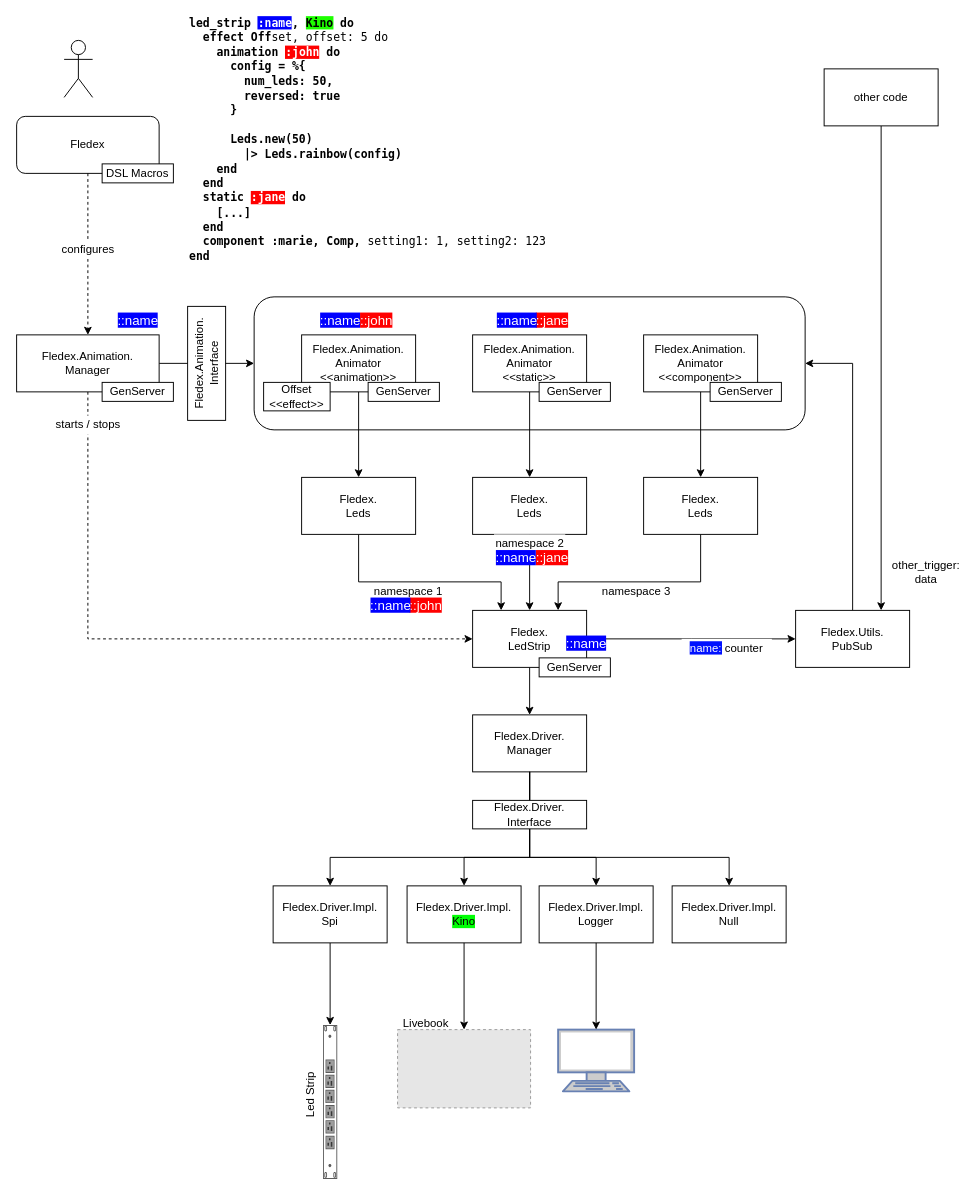
Above: pages/assets/architecture.drawio in a-maze-d/fledex (draw.io), before the change. Source tidied: cells renumbered, new cells numbered last; positions are measured from the earlier drawing's top-left corner, leaving out a move shared by most shapes. Both pictures are drawn from the tidied source at 95%, with x=0, y=0 at pixel (16, 40). Pictures stored in the file or linked from it are replaced by grey dashed boxes.
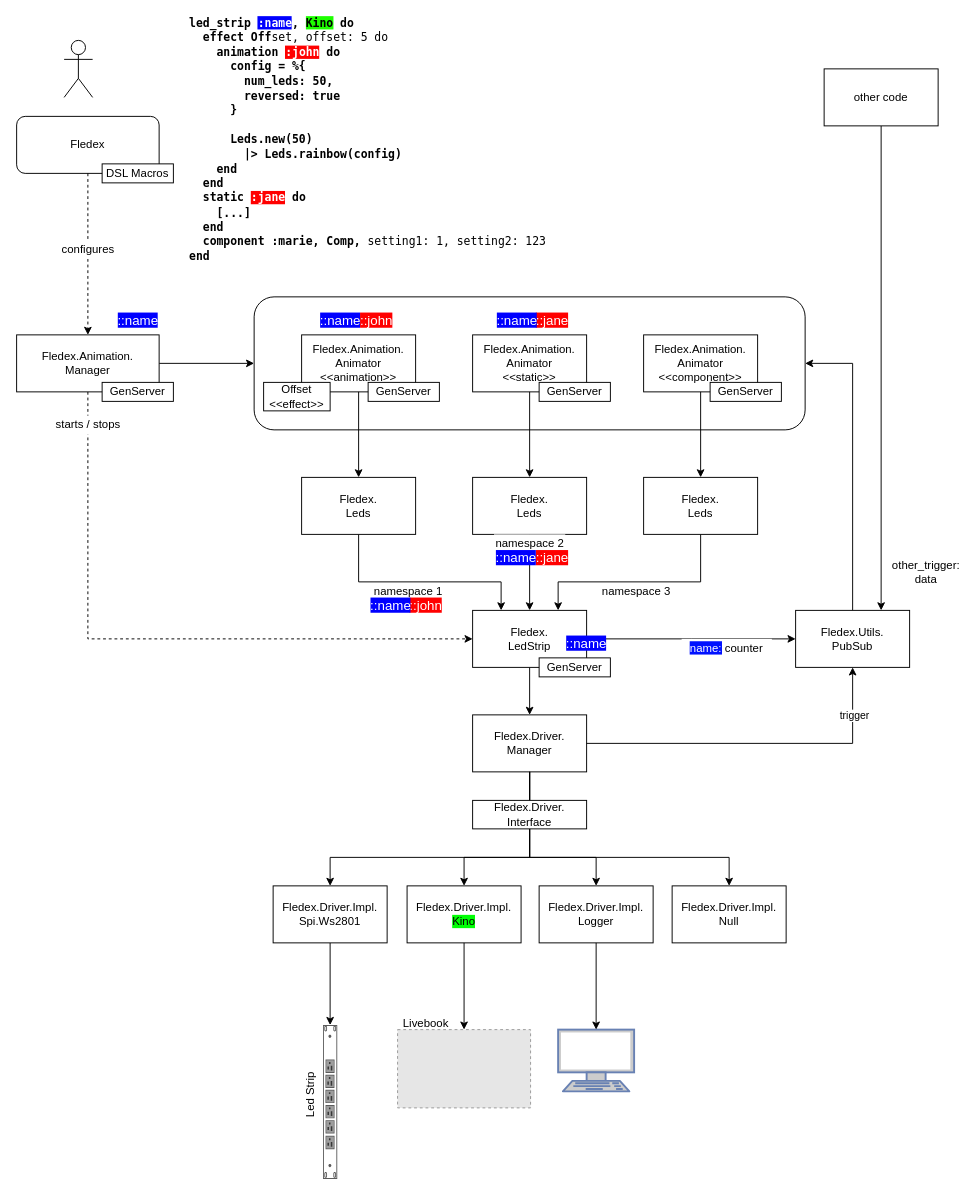
After the change.

The change refers to these unchanged cells:
```xml
<mxCell id="5" style="group;" parent="1" vertex="1">
  <mxGeometry x="270" y="730" width="540" height="468.5" as="geometry" />
</mxCell>
<mxCell id="18" value="Fledex.Driver.&lt;br&gt;Manager" style="rounded=0;whiteSpace=wrap;html=1;labelBackgroundColor=none;fontColor=#000000;" parent="5" vertex="1">
  <mxGeometry x="210" y="-20" width="120" height="60" as="geometry" />
</mxCell>
<mxCell id="70" value="Fledex.Utils.&lt;br&gt;PubSub" style="rounded=0;whiteSpace=wrap;html=1;labelBackgroundColor=none;fontColor=#000000;" parent="1" vertex="1">
  <mxGeometry x="820" y="600" width="120" height="60" as="geometry" />
</mxCell>
```

Change to the diagram source:
```diff
@@
-    <mxCell id="8" value="Fledex.Driver.Impl.&lt;br&gt;Spi" style="rounded=0;whiteSpace=wrap;html=1;" parent="5" vertex="1">
+    <mxCell id="8" value="Fledex.Driver.Impl.&lt;br&gt;Spi.Ws2801" style="rounded=0;whiteSpace=wrap;html=1;" parent="5" vertex="1">
       <mxGeometry y="160" width="120" height="60" as="geometry" />
     </mxCell>
@@
-    <mxCell id="75" value="Fledex.Animation.&lt;br&gt;Interface" style="rounded=0;whiteSpace=wrap;html=1;labelBackgroundColor=none;fontColor=#000000;rotation=-90;" parent="1" vertex="1">
-      <mxGeometry x="140" y="320" width="120" height="40" as="geometry" />
-    </mxCell>
@@
+    <mxCell id="77" style="edgeStyle=orthogonalEdgeStyle;rounded=0;jettySize=auto;html=1;entryX=0.5;entryY=1;entryDx=0;entryDy=0;" parent="1" edge="1" source="18" target="70">
+      <mxGeometry relative="1" as="geometry" />
+    </mxCell>
+    <mxCell id="78" value="trigger" style="edgeLabel;html=1;align=center;verticalAlign=middle;" parent="77" vertex="1">
+      <mxGeometry x="0.72" y="-1" relative="1" as="geometry" />
+    </mxCell>
```
